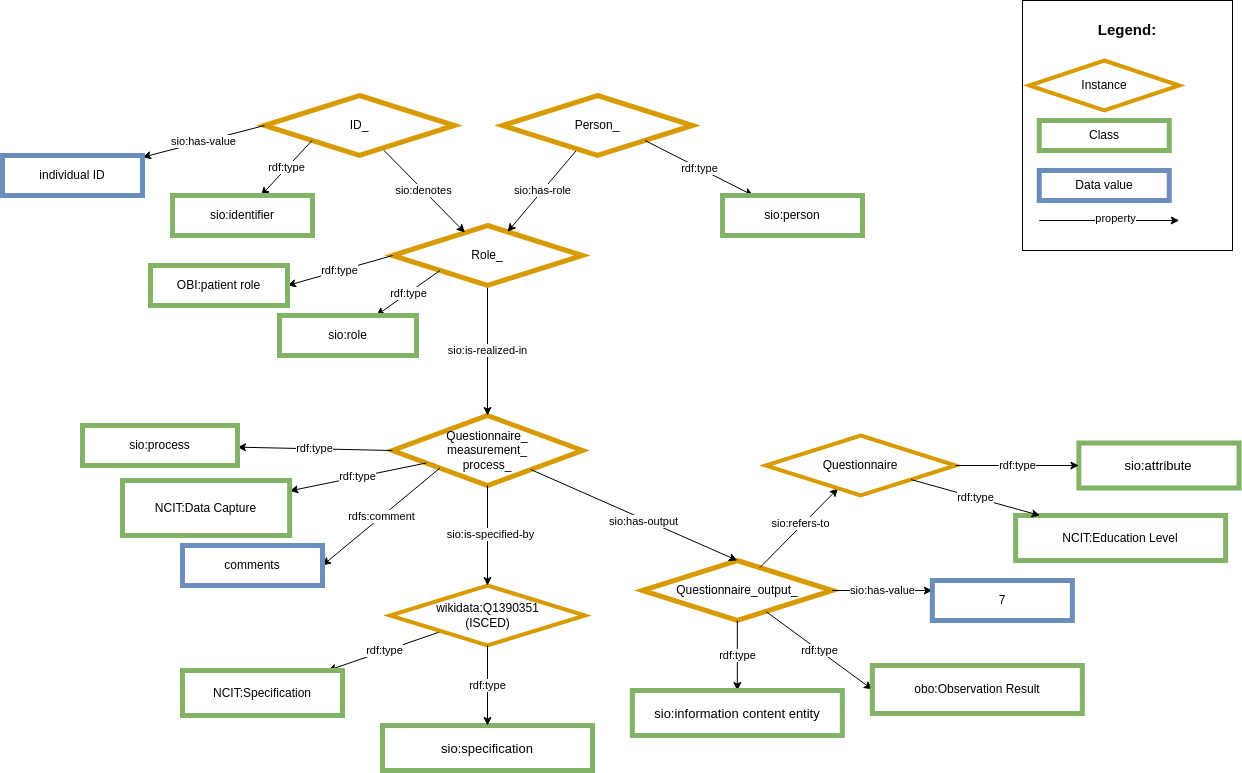
Earlier version of the draw.io export images/CARE-SM-Education.png (CARE-SM/CARE-Semantic-Model). Source tidied: cells renumbered, new cells last; positions are measured from the earlier drawing's top-left corner, leaving out a move shared by most shapes. Source of this version:
```xml
<mxGraphModel>
  <root>
    <mxCell id="0" />
    <mxCell id="1" parent="0" />
    <mxCell id="2" value="Questionnaire_&lt;br&gt;measurement_&lt;br&gt;process_" style="rhombus;whiteSpace=wrap;html=1;fillColor=#FFFFFF;strokeColor=#d79b00;strokeWidth=5;" parent="1" vertex="1">
      <mxGeometry x="390" y="415" width="190" height="70" as="geometry" />
    </mxCell>
    <mxCell id="3" value="&lt;span style=&quot;color: rgb(0, 0, 0); font-family: Helvetica; font-size: 11px; font-style: normal; font-variant-ligatures: normal; font-variant-caps: normal; font-weight: 400; letter-spacing: normal; orphans: 2; text-align: center; text-indent: 0px; text-transform: none; widows: 2; word-spacing: 0px; -webkit-text-stroke-width: 0px; background-color: rgb(255, 255, 255); text-decoration-thickness: initial; text-decoration-style: initial; text-decoration-color: initial; float: none; display: inline !important;&quot;&gt;sio:is-realized-in&lt;/span&gt;" style="rounded=0;jettySize=auto;html=1;exitX=0.5;exitY=1;exitDx=0;exitDy=0;entryX=0.5;entryY=0;entryDx=0;entryDy=0;" parent="1" edge="1" source="6" target="2">
      <mxGeometry relative="1" as="geometry" />
    </mxCell>
    <mxCell id="4" value="rdf:type" style="edgeStyle=none;rounded=0;jettySize=auto;html=1;exitX=0;exitY=0.5;exitDx=0;exitDy=0;" parent="1" edge="1" source="2" target="5">
      <mxGeometry relative="1" as="geometry" />
    </mxCell>
    <mxCell id="5" value="sio:process" style="whiteSpace=wrap;html=1;fillColor=#FFFFFF;strokeColor=#82b366;strokeWidth=5;" parent="1" vertex="1">
      <mxGeometry x="80" y="425" width="155" height="40" as="geometry" />
    </mxCell>
    <mxCell id="6" value="Role_" style="rhombus;whiteSpace=wrap;html=1;fillColor=#FFFFFF;strokeColor=#d79b00;strokeWidth=5;" parent="1" vertex="1">
      <mxGeometry x="390" y="225" width="190" height="60" as="geometry" />
    </mxCell>
    <mxCell id="7" value="sio:denotes" style="edgeStyle=none;rounded=0;jettySize=auto;html=1;" parent="1" edge="1" source="8" target="6">
      <mxGeometry relative="1" as="geometry" />
    </mxCell>
    <mxCell id="8" value="ID_" style="rhombus;whiteSpace=wrap;html=1;fillColor=#FFFFFF;strokeColor=#d79b00;strokeWidth=5;" parent="1" vertex="1">
      <mxGeometry x="262" y="95" width="190" height="60" as="geometry" />
    </mxCell>
    <mxCell id="9" value="sio:has-role" style="edgeStyle=none;rounded=0;jettySize=auto;html=1;" parent="1" edge="1" source="10" target="6">
      <mxGeometry relative="1" as="geometry" />
    </mxCell>
    <mxCell id="10" value="Person_" style="rhombus;whiteSpace=wrap;html=1;fillColor=#FFFFFF;strokeColor=#d79b00;strokeWidth=5;" parent="1" vertex="1">
      <mxGeometry x="500" y="95" width="190" height="60" as="geometry" />
    </mxCell>
    <mxCell id="11" value="rdf:type" style="edgeStyle=none;rounded=0;jettySize=auto;html=1;exitX=0;exitY=1;exitDx=0;exitDy=0;" parent="1" edge="1" source="6" target="12">
      <mxGeometry relative="1" as="geometry" />
    </mxCell>
    <mxCell id="12" value="sio:role" style="whiteSpace=wrap;html=1;fillColor=#FFFFFF;strokeColor=#82b366;strokeWidth=5;" parent="1" vertex="1">
      <mxGeometry x="277" y="315" width="137" height="40" as="geometry" />
    </mxCell>
    <mxCell id="13" value="rdf:type" style="edgeStyle=none;rounded=0;jettySize=auto;html=1;exitX=0;exitY=1;exitDx=0;exitDy=0;" parent="1" edge="1" source="8" target="14">
      <mxGeometry relative="1" as="geometry" />
    </mxCell>
    <mxCell id="14" value="sio:identifier" style="whiteSpace=wrap;html=1;fillColor=#FFFFFF;strokeColor=#82b366;strokeWidth=5;" parent="1" vertex="1">
      <mxGeometry x="170" y="195" width="140" height="40" as="geometry" />
    </mxCell>
    <mxCell id="15" value="rdf:type" style="edgeStyle=none;rounded=0;jettySize=auto;html=1;exitX=1;exitY=1;exitDx=0;exitDy=0;" parent="1" edge="1" source="10" target="16">
      <mxGeometry relative="1" as="geometry" />
    </mxCell>
    <mxCell id="16" value="sio:person" style="whiteSpace=wrap;html=1;fillColor=#FFFFFF;strokeColor=#82b366;strokeWidth=5;" parent="1" vertex="1">
      <mxGeometry x="720" y="195" width="140" height="40" as="geometry" />
    </mxCell>
    <mxCell id="17" value="sio:has-value" style="rounded=0;jettySize=auto;html=1;exitX=0;exitY=0.5;exitDx=0;exitDy=0;" parent="1" edge="1" source="8" target="18">
      <mxGeometry relative="1" as="geometry" />
    </mxCell>
    <mxCell id="18" value="individual ID" style="whiteSpace=wrap;html=1;fillColor=#FFFFFF;strokeColor=#6c8ebf;strokeWidth=5;" parent="1" vertex="1">
      <mxGeometry y="155" width="140" height="40" as="geometry" />
    </mxCell>
    <mxCell id="19" value="rdf:type" style="edgeStyle=none;rounded=0;jettySize=auto;html=1;exitX=0;exitY=0.5;exitDx=0;exitDy=0;entryX=1;entryY=0.5;entryDx=0;entryDy=0;" parent="1" edge="1" source="6" target="20">
      <mxGeometry relative="1" as="geometry" />
    </mxCell>
    <mxCell id="20" value="OBI:patient role" style="whiteSpace=wrap;html=1;fillColor=#FFFFFF;strokeColor=#82b366;strokeWidth=5;" parent="1" vertex="1">
      <mxGeometry x="148" y="265" width="137" height="40" as="geometry" />
    </mxCell>
    <mxCell id="21" value="rdf:type" style="edgeStyle=none;rounded=0;jettySize=auto;html=1;" parent="1" edge="1" source="2" target="22">
      <mxGeometry relative="1" as="geometry" />
    </mxCell>
    <mxCell id="22" value="NCIT:Data Capture" style="whiteSpace=wrap;html=1;fillColor=#FFFFFF;strokeColor=#82b366;strokeWidth=5;" parent="1" vertex="1">
      <mxGeometry x="120" y="480" width="167.2" height="55" as="geometry" />
    </mxCell>
    <mxCell id="23" value="rdfs:comment" style="rounded=0;jettySize=auto;html=1;exitX=0;exitY=1;exitDx=0;exitDy=0;entryX=1;entryY=0.5;entryDx=0;entryDy=0;" parent="1" edge="1" source="2" target="24">
      <mxGeometry relative="1" as="geometry" />
    </mxCell>
    <mxCell id="24" value="comments" style="whiteSpace=wrap;html=1;fillColor=#FFFFFF;strokeColor=#6c8ebf;strokeWidth=5;" parent="1" vertex="1">
      <mxGeometry x="180" y="545" width="140" height="40" as="geometry" />
    </mxCell>
    <mxCell id="25" value="Questionnaire_output_" style="rhombus;whiteSpace=wrap;html=1;fillColor=#FFFFFF;strokeColor=#d79b00;strokeWidth=5;" parent="1" vertex="1">
      <mxGeometry x="639.8" y="560" width="190" height="60" as="geometry" />
    </mxCell>
    <mxCell id="26" style="edgeStyle=none;rounded=0;jettySize=auto;html=1;entryX=0.5;entryY=0;entryDx=0;entryDy=0;" parent="1" edge="1" source="2" target="25">
      <mxGeometry relative="1" as="geometry" />
    </mxCell>
    <mxCell id="27" value="&lt;span style=&quot;color: rgb(0, 0, 0); font-family: Helvetica; font-size: 11px; font-style: normal; font-variant-ligatures: normal; font-variant-caps: normal; font-weight: 400; letter-spacing: normal; orphans: 2; text-align: center; text-indent: 0px; text-transform: none; widows: 2; word-spacing: 0px; -webkit-text-stroke-width: 0px; background-color: rgb(255, 255, 255); text-decoration-thickness: initial; text-decoration-style: initial; text-decoration-color: initial; float: none; display: inline !important;&quot;&gt;sio:has-output&lt;/span&gt;" style="edgeLabel;html=1;align=center;verticalAlign=middle;" parent="26" vertex="1">
      <mxGeometry x="-0.21" y="-1" relative="1" as="geometry">
        <mxPoint x="30" y="14" as="offset" />
      </mxGeometry>
    </mxCell>
    <mxCell id="28" value="rdf:type" style="edgeStyle=none;rounded=0;jettySize=auto;html=1;exitX=0.5;exitY=1;exitDx=0;exitDy=0;" parent="1" edge="1" source="25" target="29">
      <mxGeometry relative="1" as="geometry" />
    </mxCell>
    <mxCell id="29" value="&lt;font size=&quot;2&quot;&gt;sio:information content entity&lt;/font&gt;" style="whiteSpace=wrap;html=1;fillColor=#FFFFFF;strokeColor=#82b366;strokeWidth=5;" parent="1" vertex="1">
      <mxGeometry x="629.8" y="690" width="210" height="45" as="geometry" />
    </mxCell>
    <mxCell id="30" value="sio:has-value" style="rounded=0;jettySize=auto;html=1;entryX=0;entryY=0.25;entryDx=0;entryDy=0;" parent="1" edge="1" source="25" target="31">
      <mxGeometry relative="1" as="geometry" />
    </mxCell>
    <mxCell id="31" value="7" style="whiteSpace=wrap;html=1;fillColor=#FFFFFF;strokeColor=#6c8ebf;strokeWidth=5;" parent="1" vertex="1">
      <mxGeometry x="929.8" y="580" width="140" height="40" as="geometry" />
    </mxCell>
    <mxCell id="32" value="rdf:type" style="edgeStyle=none;rounded=0;jettySize=auto;html=1;entryX=0;entryY=0.5;entryDx=0;entryDy=0;" parent="1" edge="1" source="25" target="33">
      <mxGeometry relative="1" as="geometry" />
    </mxCell>
    <mxCell id="33" value="obo:Observation Result" style="whiteSpace=wrap;html=1;fillColor=#FFFFFF;strokeColor=#82b366;strokeWidth=5;" parent="1" vertex="1">
      <mxGeometry x="869.8" y="665" width="210" height="48" as="geometry" />
    </mxCell>
    <mxCell id="34" value="&lt;div style=&quot;text-align: left; font-size: 15px;&quot;&gt;&lt;span style=&quot;background-color: initial;&quot;&gt;&lt;b style=&quot;&quot;&gt;&lt;font style=&quot;font-size: 15px;&quot;&gt;Legend:&lt;/font&gt;&lt;/b&gt;&lt;/span&gt;&lt;/div&gt;&lt;div style=&quot;text-align: left; font-size: 15px;&quot;&gt;&lt;span style=&quot;background-color: initial;&quot;&gt;&lt;br&gt;&lt;/span&gt;&lt;/div&gt;&lt;div style=&quot;text-align: left;&quot;&gt;&lt;span style=&quot;background-color: initial;&quot;&gt;&lt;br&gt;&lt;/span&gt;&lt;/div&gt;&lt;div style=&quot;text-align: left;&quot;&gt;&lt;span style=&quot;background-color: initial;&quot;&gt;&lt;br&gt;&lt;/span&gt;&lt;/div&gt;&lt;div style=&quot;text-align: left;&quot;&gt;&lt;br&gt;&lt;/div&gt;&lt;div style=&quot;text-align: left;&quot;&gt;&lt;br&gt;&lt;/div&gt;&lt;div style=&quot;text-align: left;&quot;&gt;&lt;br&gt;&lt;/div&gt;&lt;div style=&quot;text-align: left;&quot;&gt;&lt;br&gt;&lt;/div&gt;&lt;div style=&quot;text-align: left;&quot;&gt;&lt;br&gt;&lt;/div&gt;&lt;div style=&quot;text-align: left;&quot;&gt;&lt;span style=&quot;background-color: initial;&quot;&gt;&lt;br&gt;&lt;/span&gt;&lt;/div&gt;&lt;div style=&quot;text-align: left;&quot;&gt;&lt;span style=&quot;background-color: initial;&quot;&gt;&lt;br&gt;&lt;/span&gt;&lt;/div&gt;&lt;div style=&quot;text-align: left;&quot;&gt;&lt;span style=&quot;background-color: initial;&quot;&gt;&lt;br&gt;&lt;/span&gt;&lt;/div&gt;&lt;div style=&quot;text-align: left;&quot;&gt;&lt;span style=&quot;background-color: initial;&quot;&gt;&lt;br&gt;&lt;/span&gt;&lt;/div&gt;&lt;div style=&quot;text-align: left;&quot;&gt;&lt;span style=&quot;background-color: initial;&quot;&gt;&lt;br&gt;&lt;/span&gt;&lt;/div&gt;" style="rounded=0;whiteSpace=wrap;html=1;" parent="1" vertex="1">
      <mxGeometry x="1020" width="210" height="250" as="geometry" />
    </mxCell>
    <mxCell id="35" value="Class" style="whiteSpace=wrap;html=1;fillColor=#FFFFFF;strokeColor=#82b366;strokeWidth=5;" parent="1" vertex="1">
      <mxGeometry x="1036.8" y="120" width="130" height="30" as="geometry" />
    </mxCell>
    <mxCell id="36" value="Instance" style="rhombus;whiteSpace=wrap;html=1;fillColor=#FFFFFF;strokeColor=#D79B00;rotation=0;perimeter=rhombusPerimeter;arcSize=20;comic=0;enumerate=0;strokeWidth=4;rounded=0;" parent="1" vertex="1">
      <mxGeometry x="1026.8" y="60" width="150" height="50" as="geometry" />
    </mxCell>
    <mxCell id="37" value="Data value" style="whiteSpace=wrap;html=1;fillColor=#FFFFFF;strokeColor=#6c8ebf;strokeWidth=5;" parent="1" vertex="1">
      <mxGeometry x="1036.8" y="170" width="130" height="30" as="geometry" />
    </mxCell>
    <mxCell id="38" value="property" style="rounded=0;orthogonalLoop=1;jettySize=auto;html=1;exitX=1;exitY=1;exitDx=0;exitDy=0;" parent="1" edge="1">
      <mxGeometry x="0.09" y="2" relative="1" as="geometry">
        <mxPoint x="1036.8" y="220" as="sourcePoint" />
        <mxPoint x="1176.8" y="220" as="targetPoint" />
      </mxGeometry>
    </mxCell>
    <mxCell id="39" value="rdf:type" style="edgeStyle=none;rounded=0;jettySize=auto;html=1;" parent="1" edge="1" source="41" target="40">
      <mxGeometry relative="1" as="geometry" />
    </mxCell>
    <mxCell id="40" value="NCIT:Specification" style="whiteSpace=wrap;html=1;fillColor=#FFFFFF;strokeColor=#82b366;strokeWidth=5;" parent="1" vertex="1">
      <mxGeometry x="180" y="670" width="160" height="45" as="geometry" />
    </mxCell>
    <mxCell id="41" value="wikidata:Q1390351&lt;br&gt;(ISCED)" style="rhombus;whiteSpace=wrap;html=1;fillColor=#FFFFFF;strokeColor=#D79B00;perimeter=rhombusPerimeter;arcSize=20;comic=0;enumerate=0;strokeWidth=4;rounded=0;" parent="1" vertex="1">
      <mxGeometry x="387.5" y="585" width="195" height="60" as="geometry" />
    </mxCell>
    <mxCell id="42" value="&lt;font size=&quot;2&quot;&gt;sio:specification&lt;/font&gt;" style="whiteSpace=wrap;html=1;fillColor=#FFFFFF;strokeColor=#82b366;strokeWidth=5;" parent="1" vertex="1">
      <mxGeometry x="380" y="725" width="210" height="45" as="geometry" />
    </mxCell>
    <mxCell id="43" value="rdf:type" style="edgeStyle=none;rounded=0;jettySize=auto;html=1;" parent="1" edge="1" source="41" target="42">
      <mxGeometry relative="1" as="geometry" />
    </mxCell>
    <mxCell id="44" style="edgeStyle=none;rounded=0;jettySize=auto;html=1;" parent="1" edge="1" source="2" target="41">
      <mxGeometry relative="1" as="geometry" />
    </mxCell>
    <mxCell id="45" value="sio:is-specified-by" style="edgeLabel;html=1;align=center;verticalAlign=middle;" parent="44" vertex="1">
      <mxGeometry x="-0.21" y="-1" relative="1" as="geometry">
        <mxPoint x="3" y="8" as="offset" />
      </mxGeometry>
    </mxCell>
    <mxCell id="46" value="sio:refers-to" style="rounded=0;jettySize=auto;html=1;" parent="1" edge="1" source="25" target="47">
      <mxGeometry x="0.09" y="2" relative="1" as="geometry" />
    </mxCell>
    <mxCell id="47" value="Questionnaire" style="rhombus;whiteSpace=wrap;html=1;fillColor=#FFFFFF;strokeColor=#D79B00;perimeter=rhombusPerimeter;arcSize=20;comic=0;enumerate=0;strokeWidth=4;rounded=0;" parent="1" vertex="1">
      <mxGeometry x="763.1" y="435" width="190" height="60" as="geometry" />
    </mxCell>
    <mxCell id="48" value="&lt;font size=&quot;2&quot;&gt;sio:attribute&lt;/font&gt;" style="whiteSpace=wrap;html=1;fillColor=#FFFFFF;strokeColor=#82b366;strokeWidth=5;" parent="1" vertex="1">
      <mxGeometry x="1076.4" y="442.5" width="160.2" height="45" as="geometry" />
    </mxCell>
    <mxCell id="49" value="rdf:type" style="edgeStyle=none;rounded=0;jettySize=auto;html=1;" parent="1" edge="1" source="47" target="48">
      <mxGeometry relative="1" as="geometry" />
    </mxCell>
    <mxCell id="50" value="NCIT:Education Level" style="whiteSpace=wrap;html=1;fillColor=#FFFFFF;strokeColor=#82b366;strokeWidth=5;" parent="1" vertex="1">
      <mxGeometry x="1013.1" y="515" width="210" height="45" as="geometry" />
    </mxCell>
    <mxCell id="51" value="rdf:type" style="edgeStyle=none;rounded=0;jettySize=auto;html=1;" parent="1" edge="1" source="47" target="50">
      <mxGeometry relative="1" as="geometry" />
    </mxCell>
  </root>
</mxGraphModel>
```
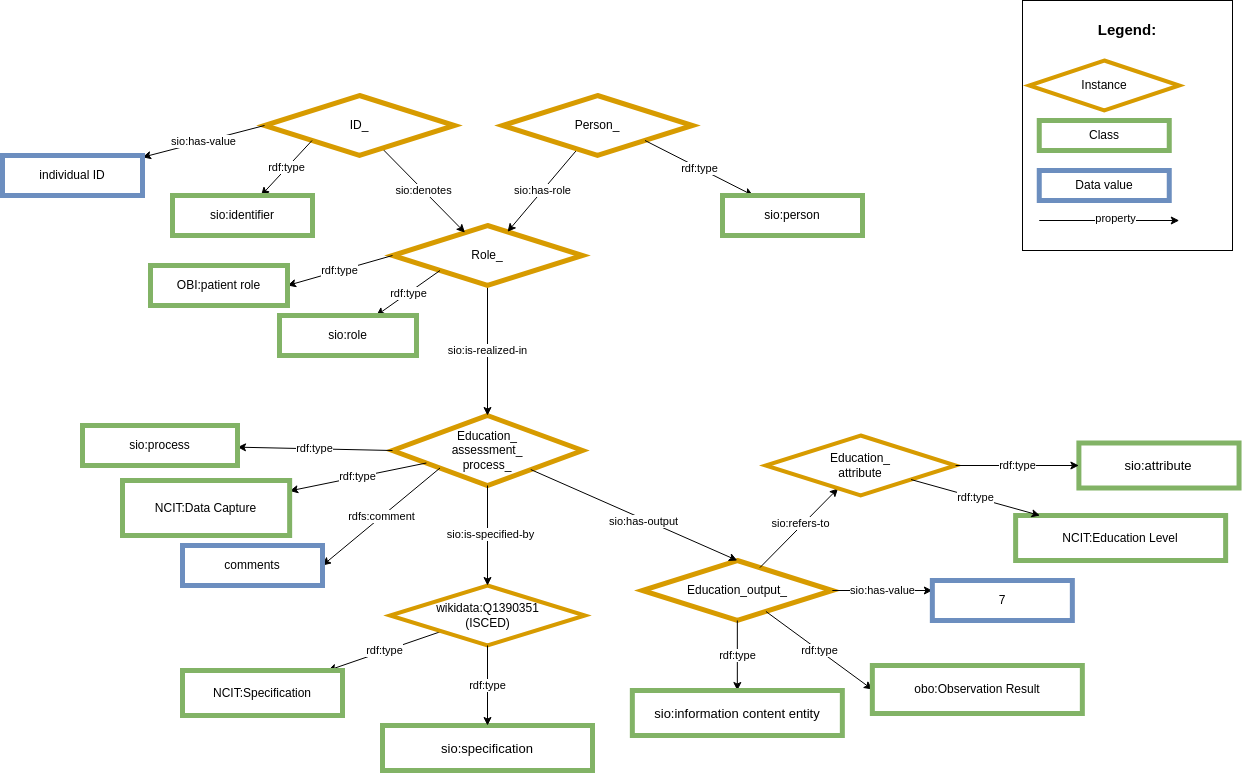
After the commit.

The edit, as a diff of the source:
```diff
@@ -2,7 +2,7 @@
   <root>
     <mxCell id="0" />
     <mxCell id="1" parent="0" />
-    <mxCell id="2" value="Questionnaire_&lt;br&gt;measurement_&lt;br&gt;process_" style="rhombus;whiteSpace=wrap;html=1;fillColor=#FFFFFF;strokeColor=#d79b00;strokeWidth=5;" parent="1" vertex="1">
+    <mxCell id="2" value="Education_&lt;br&gt;assessment_&lt;br&gt;process_" style="rhombus;whiteSpace=wrap;html=1;fillColor=#FFFFFF;strokeColor=#d79b00;strokeWidth=5;" parent="1" vertex="1">
       <mxGeometry x="390" y="415" width="190" height="70" as="geometry" />
     </mxCell>
     <mxCell id="3" value="&lt;span style=&quot;color: rgb(0, 0, 0); font-family: Helvetica; font-size: 11px; font-style: normal; font-variant-ligatures: normal; font-variant-caps: normal; font-weight: 400; letter-spacing: normal; orphans: 2; text-align: center; text-indent: 0px; text-transform: none; widows: 2; word-spacing: 0px; -webkit-text-stroke-width: 0px; background-color: rgb(255, 255, 255); text-decoration-thickness: initial; text-decoration-style: initial; text-decoration-color: initial; float: none; display: inline !important;&quot;&gt;sio:is-realized-in&lt;/span&gt;" style="rounded=0;jettySize=auto;html=1;exitX=0.5;exitY=1;exitDx=0;exitDy=0;entryX=0.5;entryY=0;entryDx=0;entryDy=0;" parent="1" edge="1" source="6" target="2">
@@ -71,7 +71,7 @@
     <mxCell id="24" value="comments" style="whiteSpace=wrap;html=1;fillColor=#FFFFFF;strokeColor=#6c8ebf;strokeWidth=5;" parent="1" vertex="1">
       <mxGeometry x="180" y="545" width="140" height="40" as="geometry" />
     </mxCell>
-    <mxCell id="25" value="Questionnaire_output_" style="rhombus;whiteSpace=wrap;html=1;fillColor=#FFFFFF;strokeColor=#d79b00;strokeWidth=5;" parent="1" vertex="1">
+    <mxCell id="25" value="Education_output_" style="rhombus;whiteSpace=wrap;html=1;fillColor=#FFFFFF;strokeColor=#d79b00;strokeWidth=5;" parent="1" vertex="1">
       <mxGeometry x="639.8" y="560" width="190" height="60" as="geometry" />
     </mxCell>
     <mxCell id="26" style="edgeStyle=none;rounded=0;jettySize=auto;html=1;entryX=0.5;entryY=0;entryDx=0;entryDy=0;" parent="1" edge="1" source="2" target="25">
@@ -144,7 +144,7 @@
     <mxCell id="46" value="sio:refers-to" style="rounded=0;jettySize=auto;html=1;" parent="1" edge="1" source="25" target="47">
       <mxGeometry x="0.09" y="2" relative="1" as="geometry" />
     </mxCell>
-    <mxCell id="47" value="Questionnaire" style="rhombus;whiteSpace=wrap;html=1;fillColor=#FFFFFF;strokeColor=#D79B00;perimeter=rhombusPerimeter;arcSize=20;comic=0;enumerate=0;strokeWidth=4;rounded=0;" parent="1" vertex="1">
+    <mxCell id="47" value="Education_&lt;div&gt;attribute&lt;/div&gt;" style="rhombus;whiteSpace=wrap;html=1;fillColor=#FFFFFF;strokeColor=#D79B00;perimeter=rhombusPerimeter;arcSize=20;comic=0;enumerate=0;strokeWidth=4;rounded=0;" parent="1" vertex="1">
       <mxGeometry x="763.1" y="435" width="190" height="60" as="geometry" />
     </mxCell>
     <mxCell id="48" value="&lt;font size=&quot;2&quot;&gt;sio:attribute&lt;/font&gt;" style="whiteSpace=wrap;html=1;fillColor=#FFFFFF;strokeColor=#82b366;strokeWidth=5;" parent="1" vertex="1">
```
